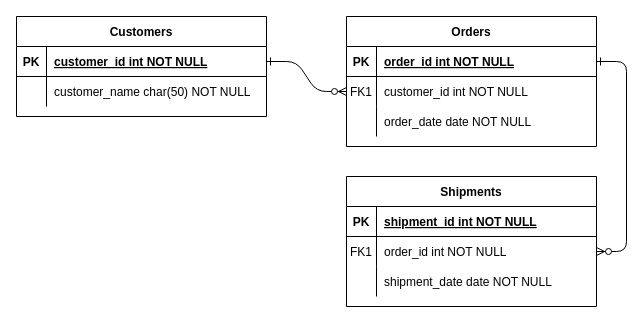
Above: tenderos.drawio in marcoluisdf/documentacion (draw.io), before the change. Source tidied: cells renumbered, new cells numbered last; positions are measured from the earlier drawing's top-left corner, leaving out a move shared by most shapes. Both pictures are drawn from the tidied source at 100%, with x=0, y=0 at pixel (16, 16).
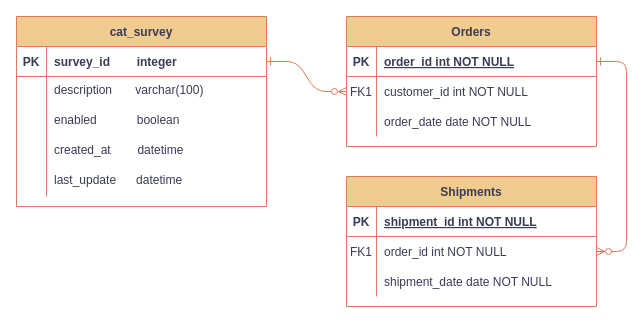
The same diagram, later.

Change to the diagram source:
```diff
@@
-    <mxCell id="2" style="edgeStyle=entityRelationEdgeStyle;endArrow=ERzeroToMany;startArrow=ERone;endFill=1;startFill=0;" parent="1" edge="1" source="25" target="8">
+    <mxCell id="2" style="edgeStyle=entityRelationEdgeStyle;endArrow=ERzeroToMany;startArrow=ERone;endFill=1;startFill=0;labelBackgroundColor=none;strokeColor=#E07A5F;fontColor=default;" parent="1" edge="1" source="25" target="8">
       <mxGeometry relative="1" as="geometry" />
     </mxCell>
-    <mxCell id="3" style="edgeStyle=entityRelationEdgeStyle;endArrow=ERzeroToMany;startArrow=ERone;endFill=1;startFill=0;" parent="1" edge="1" source="5" target="18">
+    <mxCell id="3" style="edgeStyle=entityRelationEdgeStyle;endArrow=ERzeroToMany;startArrow=ERone;endFill=1;startFill=0;labelBackgroundColor=none;strokeColor=#E07A5F;fontColor=default;" parent="1" edge="1" source="5" target="18">
       <mxGeometry relative="1" as="geometry" />
     </mxCell>
-    <mxCell id="4" value="Orders" style="shape=table;startSize=30;childLayout=tableLayout;rowLines=0;fontStyle=1;align=center;" parent="1" vertex="1">
+    <mxCell id="4" value="Orders" style="shape=table;startSize=30;childLayout=tableLayout;rowLines=0;fontStyle=1;align=center;labelBackgroundColor=none;fillColor=#F2CC8F;strokeColor=#E07A5F;fontColor=#393C56;" parent="1" vertex="1">
       <mxGeometry x="330" width="250" height="130" as="geometry" />
     </mxCell>
-    <mxCell id="5" style="shape=partialRectangle;fillColor=none;points=[[0,0.5],[1,0.5]];portConstraint=eastwest;top=0;left=0;right=0;bottom=1;" parent="4" vertex="1">
+    <mxCell id="5" style="shape=partialRectangle;fillColor=none;points=[[0,0.5],[1,0.5]];portConstraint=eastwest;top=0;left=0;right=0;bottom=1;labelBackgroundColor=none;strokeColor=#E07A5F;fontColor=#393C56;" parent="4" vertex="1">
       <mxGeometry y="30" width="250" height="30" as="geometry" />
     </mxCell>
-    <mxCell id="6" value="PK" style="shape=partialRectangle;overflow=hidden;fillColor=none;top=0;left=0;bottom=0;right=0;fontStyle=1;" parent="5" vertex="1">
+    <mxCell id="6" value="PK" style="shape=partialRectangle;overflow=hidden;fillColor=none;top=0;left=0;bottom=0;right=0;fontStyle=1;labelBackgroundColor=none;strokeColor=#E07A5F;fontColor=#393C56;" parent="5" vertex="1">
       <mxGeometry width="30" height="30" as="geometry" />
     </mxCell>
-    <mxCell id="7" value="order_id int NOT NULL " style="shape=partialRectangle;overflow=hidden;fillColor=none;top=0;left=0;bottom=0;right=0;align=left;spacingLeft=6;fontStyle=5;" parent="5" vertex="1">
+    <mxCell id="7" value="order_id int NOT NULL " style="shape=partialRectangle;overflow=hidden;fillColor=none;top=0;left=0;bottom=0;right=0;align=left;spacingLeft=6;fontStyle=5;labelBackgroundColor=none;strokeColor=#E07A5F;fontColor=#393C56;" parent="5" vertex="1">
       <mxGeometry x="30" width="220" height="30" as="geometry" />
     </mxCell>
-    <mxCell id="8" style="shape=partialRectangle;fillColor=none;points=[[0,0.5],[1,0.5]];portConstraint=eastwest;top=0;left=0;right=0;bottom=0;" parent="4" vertex="1">
+    <mxCell id="8" style="shape=partialRectangle;fillColor=none;points=[[0,0.5],[1,0.5]];portConstraint=eastwest;top=0;left=0;right=0;bottom=0;labelBackgroundColor=none;strokeColor=#E07A5F;fontColor=#393C56;" parent="4" vertex="1">
       <mxGeometry y="60" width="250" height="30" as="geometry" />
     </mxCell>
-    <mxCell id="9" value="FK1" style="shape=partialRectangle;overflow=hidden;fillColor=none;top=0;left=0;bottom=0;right=0;" parent="8" vertex="1">
+    <mxCell id="9" value="FK1" style="shape=partialRectangle;overflow=hidden;fillColor=none;top=0;left=0;bottom=0;right=0;labelBackgroundColor=none;strokeColor=#E07A5F;fontColor=#393C56;" parent="8" vertex="1">
       <mxGeometry width="30" height="30" as="geometry" />
     </mxCell>
-    <mxCell id="10" value="customer_id int NOT NULL" style="shape=partialRectangle;overflow=hidden;fillColor=none;top=0;left=0;bottom=0;right=0;align=left;spacingLeft=6;" parent="8" vertex="1">
+    <mxCell id="10" value="customer_id int NOT NULL" style="shape=partialRectangle;overflow=hidden;fillColor=none;top=0;left=0;bottom=0;right=0;align=left;spacingLeft=6;labelBackgroundColor=none;strokeColor=#E07A5F;fontColor=#393C56;" parent="8" vertex="1">
       <mxGeometry x="30" width="220" height="30" as="geometry" />
     </mxCell>
-    <mxCell id="11" style="shape=partialRectangle;fillColor=none;top=0;left=0;right=0;bottom=0;" parent="4" vertex="1">
+    <mxCell id="11" style="shape=partialRectangle;fillColor=none;top=0;left=0;right=0;bottom=0;labelBackgroundColor=none;strokeColor=#E07A5F;fontColor=#393C56;" parent="4" vertex="1">
       <mxGeometry y="90" width="250" height="30" as="geometry" />
     </mxCell>
-    <mxCell id="12" style="shape=partialRectangle;overflow=hidden;fillColor=none;top=0;left=0;bottom=0;right=0;" parent="11" vertex="1">
+    <mxCell id="12" style="shape=partialRectangle;overflow=hidden;fillColor=none;top=0;left=0;bottom=0;right=0;labelBackgroundColor=none;strokeColor=#E07A5F;fontColor=#393C56;" parent="11" vertex="1">
       <mxGeometry width="30" height="30" as="geometry" />
     </mxCell>
-    <mxCell id="13" value="order_date date NOT NULL" style="shape=partialRectangle;overflow=hidden;fillColor=none;top=0;left=0;bottom=0;right=0;align=left;spacingLeft=6;" parent="11" vertex="1">
+    <mxCell id="13" value="order_date date NOT NULL" style="shape=partialRectangle;overflow=hidden;fillColor=none;top=0;left=0;bottom=0;right=0;align=left;spacingLeft=6;labelBackgroundColor=none;strokeColor=#E07A5F;fontColor=#393C56;" parent="11" vertex="1">
       <mxGeometry x="30" width="220" height="30" as="geometry" />
     </mxCell>
-    <mxCell id="14" value="Shipments" style="shape=table;startSize=30;childLayout=tableLayout;rowLines=0;fontStyle=1;align=center;" parent="1" vertex="1">
+    <mxCell id="14" value="Shipments" style="shape=table;startSize=30;childLayout=tableLayout;rowLines=0;fontStyle=1;align=center;labelBackgroundColor=none;fillColor=#F2CC8F;strokeColor=#E07A5F;fontColor=#393C56;" parent="1" vertex="1">
       <mxGeometry x="330" y="160" width="250" height="130" as="geometry" />
     </mxCell>
-    <mxCell id="15" style="shape=partialRectangle;fillColor=none;top=0;left=0;right=0;bottom=1;" parent="14" vertex="1">
+    <mxCell id="15" style="shape=partialRectangle;fillColor=none;top=0;left=0;right=0;bottom=1;labelBackgroundColor=none;strokeColor=#E07A5F;fontColor=#393C56;" parent="14" vertex="1">
       <mxGeometry y="30" width="250" height="30" as="geometry" />
     </mxCell>
-    <mxCell id="16" value="PK" style="shape=partialRectangle;overflow=hidden;fillColor=none;top=0;left=0;bottom=0;right=0;fontStyle=1;" parent="15" vertex="1">
+    <mxCell id="16" value="PK" style="shape=partialRectangle;overflow=hidden;fillColor=none;top=0;left=0;bottom=0;right=0;fontStyle=1;labelBackgroundColor=none;strokeColor=#E07A5F;fontColor=#393C56;" parent="15" vertex="1">
       <mxGeometry width="30" height="30" as="geometry" />
     </mxCell>
-    <mxCell id="17" value="shipment_id int NOT NULL " style="shape=partialRectangle;overflow=hidden;fillColor=none;top=0;left=0;bottom=0;right=0;align=left;spacingLeft=6;fontStyle=5;" parent="15" vertex="1">
+    <mxCell id="17" value="shipment_id int NOT NULL " style="shape=partialRectangle;overflow=hidden;fillColor=none;top=0;left=0;bottom=0;right=0;align=left;spacingLeft=6;fontStyle=5;labelBackgroundColor=none;strokeColor=#E07A5F;fontColor=#393C56;" parent="15" vertex="1">
       <mxGeometry x="30" width="220" height="30" as="geometry" />
     </mxCell>
-    <mxCell id="18" style="shape=partialRectangle;fillColor=none;points=[[0,0.5],[1,0.5]];portConstraint=eastwest;top=0;left=0;right=0;bottom=0;" parent="14" vertex="1">
+    <mxCell id="18" style="shape=partialRectangle;fillColor=none;points=[[0,0.5],[1,0.5]];portConstraint=eastwest;top=0;left=0;right=0;bottom=0;labelBackgroundColor=none;strokeColor=#E07A5F;fontColor=#393C56;" parent="14" vertex="1">
       <mxGeometry y="60" width="250" height="30" as="geometry" />
     </mxCell>
-    <mxCell id="19" value="FK1" style="shape=partialRectangle;overflow=hidden;fillColor=none;top=0;left=0;bottom=0;right=0;" parent="18" vertex="1">
+    <mxCell id="19" value="FK1" style="shape=partialRectangle;overflow=hidden;fillColor=none;top=0;left=0;bottom=0;right=0;labelBackgroundColor=none;strokeColor=#E07A5F;fontColor=#393C56;" parent="18" vertex="1">
       <mxGeometry width="30" height="30" as="geometry" />
     </mxCell>
-    <mxCell id="20" value="order_id int NOT NULL" style="shape=partialRectangle;overflow=hidden;fillColor=none;top=0;left=0;bottom=0;right=0;align=left;spacingLeft=6;" parent="18" vertex="1">
+    <mxCell id="20" value="order_id int NOT NULL" style="shape=partialRectangle;overflow=hidden;fillColor=none;top=0;left=0;bottom=0;right=0;align=left;spacingLeft=6;labelBackgroundColor=none;strokeColor=#E07A5F;fontColor=#393C56;" parent="18" vertex="1">
       <mxGeometry x="30" width="220" height="30" as="geometry" />
     </mxCell>
-    <mxCell id="21" style="shape=partialRectangle;fillColor=none;top=0;left=0;right=0;bottom=0;" parent="14" vertex="1">
+    <mxCell id="21" style="shape=partialRectangle;fillColor=none;top=0;left=0;right=0;bottom=0;labelBackgroundColor=none;strokeColor=#E07A5F;fontColor=#393C56;" parent="14" vertex="1">
       <mxGeometry y="90" width="250" height="30" as="geometry" />
     </mxCell>
-    <mxCell id="22" style="shape=partialRectangle;overflow=hidden;fillColor=none;top=0;left=0;bottom=0;right=0;" parent="21" vertex="1">
+    <mxCell id="22" style="shape=partialRectangle;overflow=hidden;fillColor=none;top=0;left=0;bottom=0;right=0;labelBackgroundColor=none;strokeColor=#E07A5F;fontColor=#393C56;" parent="21" vertex="1">
       <mxGeometry width="30" height="30" as="geometry" />
     </mxCell>
-    <mxCell id="23" value="shipment_date date NOT NULL" style="shape=partialRectangle;overflow=hidden;fillColor=none;top=0;left=0;bottom=0;right=0;align=left;spacingLeft=6;" parent="21" vertex="1">
+    <mxCell id="23" value="shipment_date date NOT NULL" style="shape=partialRectangle;overflow=hidden;fillColor=none;top=0;left=0;bottom=0;right=0;align=left;spacingLeft=6;labelBackgroundColor=none;strokeColor=#E07A5F;fontColor=#393C56;" parent="21" vertex="1">
       <mxGeometry x="30" width="220" height="30" as="geometry" />
     </mxCell>
-    <mxCell id="24" value="Customers" style="shape=table;startSize=30;childLayout=tableLayout;rowLines=0;fontStyle=1;align=center;" parent="1" vertex="1">
-      <mxGeometry width="250" height="100" as="geometry" />
+    <mxCell id="24" value="cat_survey" style="shape=table;startSize=30;childLayout=tableLayout;rowLines=0;fontStyle=1;align=center;fillColor=#F2CC8F;strokeColor=#E07A5F;labelBackgroundColor=none;fontColor=#393C56;" parent="1" vertex="1">
+      <mxGeometry width="250" height="190" as="geometry" />
     </mxCell>
-    <mxCell id="25" style="shape=partialRectangle;fillColor=none;points=[[0,0.5],[1,0.5]];portConstraint=eastwest;top=0;left=0;right=0;bottom=1;" parent="24" vertex="1">
+    <mxCell id="25" style="shape=partialRectangle;fillColor=none;points=[[0,0.5],[1,0.5]];portConstraint=eastwest;top=0;left=0;right=0;bottom=1;labelBackgroundColor=none;strokeColor=#E07A5F;fontColor=#393C56;" parent="24" vertex="1">
       <mxGeometry y="30" width="250" height="30" as="geometry" />
     </mxCell>
-    <mxCell id="26" value="PK" style="shape=partialRectangle;overflow=hidden;fillColor=none;top=0;left=0;bottom=0;right=0;fontStyle=1;" parent="25" vertex="1">
+    <mxCell id="26" value="PK" style="shape=partialRectangle;overflow=hidden;fillColor=none;top=0;left=0;bottom=0;right=0;fontStyle=1;labelBackgroundColor=none;strokeColor=#E07A5F;fontColor=#393C56;" parent="25" vertex="1">
       <mxGeometry width="30" height="30" as="geometry" />
     </mxCell>
-    <mxCell id="27" value="customer_id int NOT NULL " style="shape=partialRectangle;overflow=hidden;fillColor=none;top=0;left=0;bottom=0;right=0;align=left;spacingLeft=6;fontStyle=5;" parent="25" vertex="1">
+    <mxCell id="27" value="survey_id        integer" style="shape=partialRectangle;overflow=hidden;fillColor=none;top=0;left=0;bottom=0;right=0;align=left;spacingLeft=6;fontStyle=1;labelBackgroundColor=none;strokeColor=#E07A5F;fontColor=#393C56;" parent="25" vertex="1">
       <mxGeometry x="30" width="220" height="30" as="geometry" />
     </mxCell>
-    <mxCell id="28" style="shape=partialRectangle;fillColor=none;top=0;left=0;right=0;bottom=0;" parent="24" vertex="1">
+    <mxCell id="28" style="shape=partialRectangle;fillColor=none;top=0;left=0;right=0;bottom=0;labelBackgroundColor=none;strokeColor=#E07A5F;fontColor=#393C56;" parent="24" vertex="1">
       <mxGeometry y="60" width="250" height="30" as="geometry" />
     </mxCell>
-    <mxCell id="29" style="shape=partialRectangle;overflow=hidden;fillColor=none;top=0;left=0;bottom=0;right=0;" parent="28" vertex="1">
+    <mxCell id="29" style="shape=partialRectangle;overflow=hidden;fillColor=none;top=0;left=0;bottom=0;right=0;labelBackgroundColor=none;strokeColor=#E07A5F;fontColor=#393C56;" parent="28" vertex="1">
       <mxGeometry width="30" height="30" as="geometry" />
     </mxCell>
-    <mxCell id="30" value="customer_name char(50) NOT NULL" style="shape=partialRectangle;overflow=hidden;fillColor=none;top=0;left=0;bottom=0;right=0;align=left;spacingLeft=6;" parent="28" vertex="1">
+    <mxCell id="30" value="description       varchar(100)" style="shape=partialRectangle;overflow=hidden;fillColor=none;top=0;left=0;bottom=0;right=0;align=left;spacingLeft=6;verticalAlign=top;labelBackgroundColor=none;strokeColor=#E07A5F;fontColor=#393C56;" parent="28" vertex="1">
       <mxGeometry x="30" width="220" height="30" as="geometry" />
     </mxCell>
+    <mxCell id="31" style="shape=partialRectangle;fillColor=none;top=0;left=0;right=0;bottom=0;labelBackgroundColor=none;strokeColor=#E07A5F;fontColor=#393C56;" parent="24" vertex="1">
+      <mxGeometry y="90" width="250" height="30" as="geometry" />
+    </mxCell>
+    <mxCell id="32" style="shape=partialRectangle;overflow=hidden;fillColor=none;top=0;left=0;bottom=0;right=0;labelBackgroundColor=none;strokeColor=#E07A5F;fontColor=#393C56;" parent="31" vertex="1">
+      <mxGeometry width="30" height="30" as="geometry" />
+    </mxCell>
+    <mxCell id="33" value="enabled            boolean" style="shape=partialRectangle;overflow=hidden;fillColor=none;top=0;left=0;bottom=0;right=0;align=left;spacingLeft=6;verticalAlign=top;labelBackgroundColor=none;strokeColor=#E07A5F;fontColor=#393C56;" parent="31" vertex="1">
+      <mxGeometry x="30" width="220" height="30" as="geometry" />
+    </mxCell>
+    <mxCell id="34" style="shape=partialRectangle;fillColor=none;top=0;left=0;right=0;bottom=0;labelBackgroundColor=none;strokeColor=#E07A5F;fontColor=#393C56;" parent="24" vertex="1">
+      <mxGeometry y="120" width="250" height="30" as="geometry" />
+    </mxCell>
+    <mxCell id="35" style="shape=partialRectangle;overflow=hidden;fillColor=none;top=0;left=0;bottom=0;right=0;labelBackgroundColor=none;strokeColor=#E07A5F;fontColor=#393C56;" parent="34" vertex="1">
+      <mxGeometry width="30" height="30" as="geometry" />
+    </mxCell>
+    <mxCell id="36" value="created_at        datetime&#10;" style="shape=partialRectangle;overflow=hidden;fillColor=none;top=0;left=0;bottom=0;right=0;align=left;spacingLeft=6;verticalAlign=top;labelBackgroundColor=none;strokeColor=#E07A5F;fontColor=#393C56;" parent="34" vertex="1">
+      <mxGeometry x="30" width="220" height="30" as="geometry" />
+    </mxCell>
+    <mxCell id="37" style="shape=partialRectangle;fillColor=none;top=0;left=0;right=0;bottom=0;labelBackgroundColor=none;strokeColor=#E07A5F;fontColor=#393C56;" parent="24" vertex="1">
+      <mxGeometry y="150" width="250" height="30" as="geometry" />
+    </mxCell>
+    <mxCell id="38" style="shape=partialRectangle;overflow=hidden;fillColor=none;top=0;left=0;bottom=0;right=0;labelBackgroundColor=none;strokeColor=#E07A5F;fontColor=#393C56;" parent="37" vertex="1">
+      <mxGeometry width="30" height="30" as="geometry" />
+    </mxCell>
+    <mxCell id="39" value="last_update      datetime" style="shape=partialRectangle;overflow=hidden;fillColor=none;top=0;left=0;bottom=0;right=0;align=left;spacingLeft=6;verticalAlign=top;labelBackgroundColor=none;strokeColor=#E07A5F;fontColor=#393C56;" parent="37" vertex="1">
+      <mxGeometry x="30" width="220" height="30" as="geometry" />
+    </mxCell>
```
